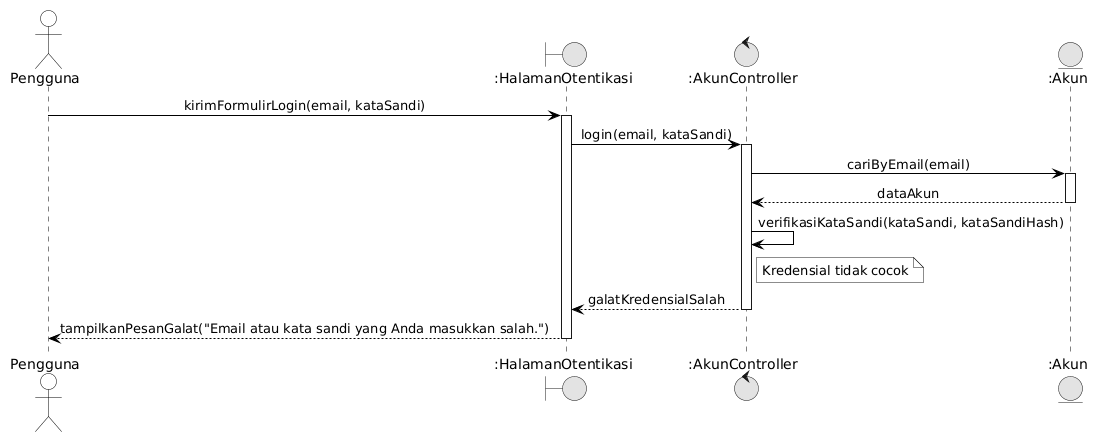
This is docs/M7/assets/diagram/Sequence_UC03_Alt1.png from ghaniyul/IF2150-RPL-K01-G02, a PlantUML export, as it was before one commit.
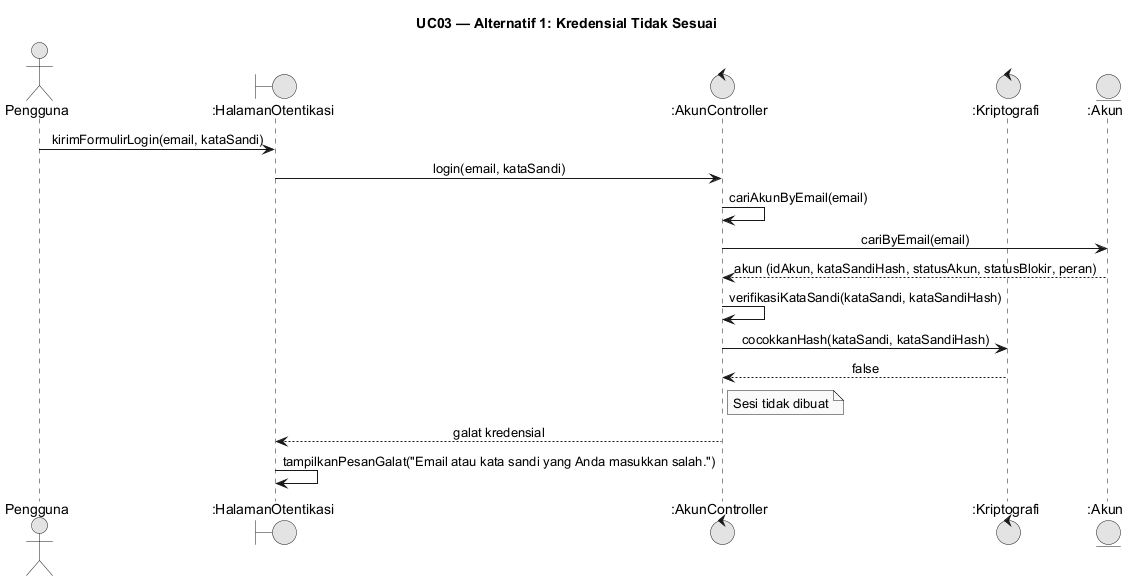
The same file after the commit.

What changed in the source:
```diff
@@ -4,42 +4,22 @@
 skinparam defaultFontName Arial
 skinparam sequenceMessageAlign center
 skinparam backgroundColor #FFFFFF
-
-skinparam participant {
-    BackgroundColor #FFFFFF
-    BorderColor #000000
-}
-skinparam actor {
-    BackgroundColor #FFFFFF
-    BorderColor #000000
-}
-skinparam sequence {
-    LifeLineBackgroundColor #FFFFFF
-    LifeLineBorderColor #000000
-    ArrowColor #000000
-    ActorBorderColor #000000
-    ActorBackgroundColor #FFFFFF
-    GroupBorderColor #000000
-    GroupBackgroundColor #FFFFFF
-}
-
+skinparam responseMessageBelowArrow true
+title UC03 — Alternatif 1: Kredensial Tidak Sesuai
 actor "Pengguna" as User
-boundary ":HalamanOtentikasi" as UI
-control ":AkunController" as Ctrl
+boundary ":HalamanOtentikasi" as UIo
+control ":AkunController" as AC
+control ":Kriptografi" as Kr
 entity ":Akun" as Akun
-
-User -> UI: kirimFormulirLogin(email, kataSandi)
-activate UI
-UI -> Ctrl: login(email, kataSandi)
-activate Ctrl
-Ctrl -> Akun: cariByEmail(email)
-activate Akun
-Akun --> Ctrl: dataAkun
-deactivate Akun
-Ctrl -> Ctrl: verifikasiKataSandi(kataSandi, kataSandiHash)
-note right of Ctrl: Kredensial tidak cocok
-Ctrl --> UI: galatKredensialSalah
-deactivate Ctrl
-UI --> User: tampilkanPesanGalat("Email atau kata sandi yang Anda masukkan salah.")
-deactivate UI
+User -> UIo: kirimFormulirLogin(email, kataSandi)
+UIo -> AC: login(email, kataSandi)
+AC -> AC: cariAkunByEmail(email)
+AC -> Akun: cariByEmail(email)
+Akun --> AC: akun (idAkun, kataSandiHash, statusAkun, statusBlokir, peran)
+AC -> AC: verifikasiKataSandi(kataSandi, kataSandiHash)
+AC -> Kr: cocokkanHash(kataSandi, kataSandiHash)
+Kr --> AC: false
+note right of AC: Sesi tidak dibuat
+AC --> UIo: galat kredensial
+UIo -> UIo: tampilkanPesanGalat("Email atau kata sandi yang Anda masukkan salah.")
 @enduml
```
